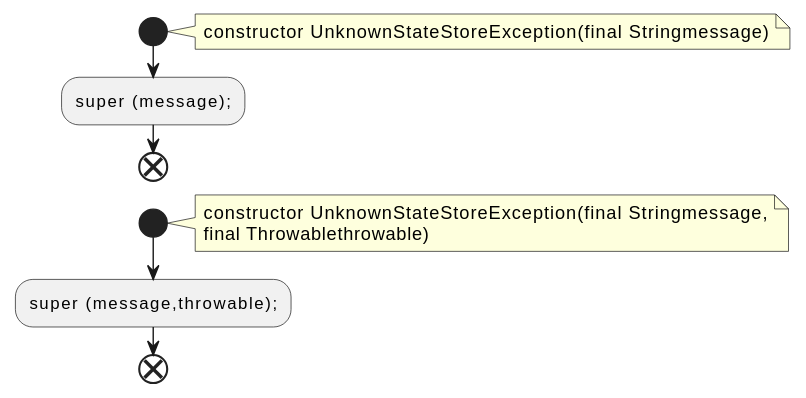
Before: docs/qc/streams/src/main/java/org/apache/kafka/streams/errors/UnknownStateStoreException.java.fct.svg, a diagram exported from PlantUML (qualitesys/kafka).
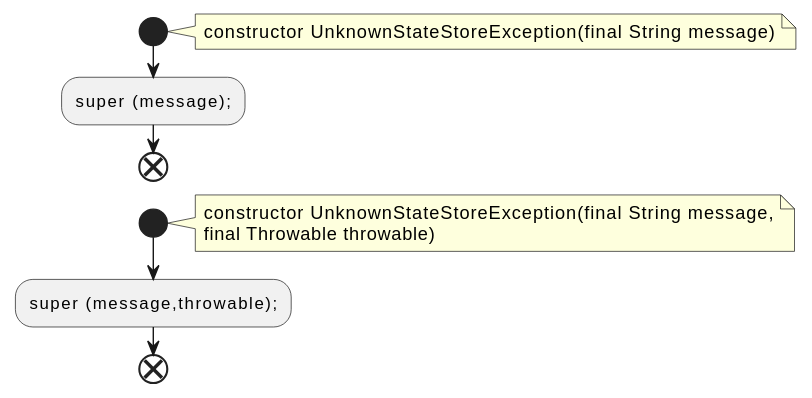
The same diagram one commit later.

Diff of the diagram source:
```diff
@@ -2,14 +2,14 @@
 !pragma layout smetana
 start
 note right
-constructor UnknownStateStoreException(final Stringmessage)
+constructor UnknownStateStoreException(final String message)
 end note
 :super (message);;
 end
 start
 note right
-constructor UnknownStateStoreException(final Stringmessage,
-final Throwablethrowable)
+constructor UnknownStateStoreException(final String message,
+final Throwable throwable)
 end note
 :super (message,throwable);;
 end
```
